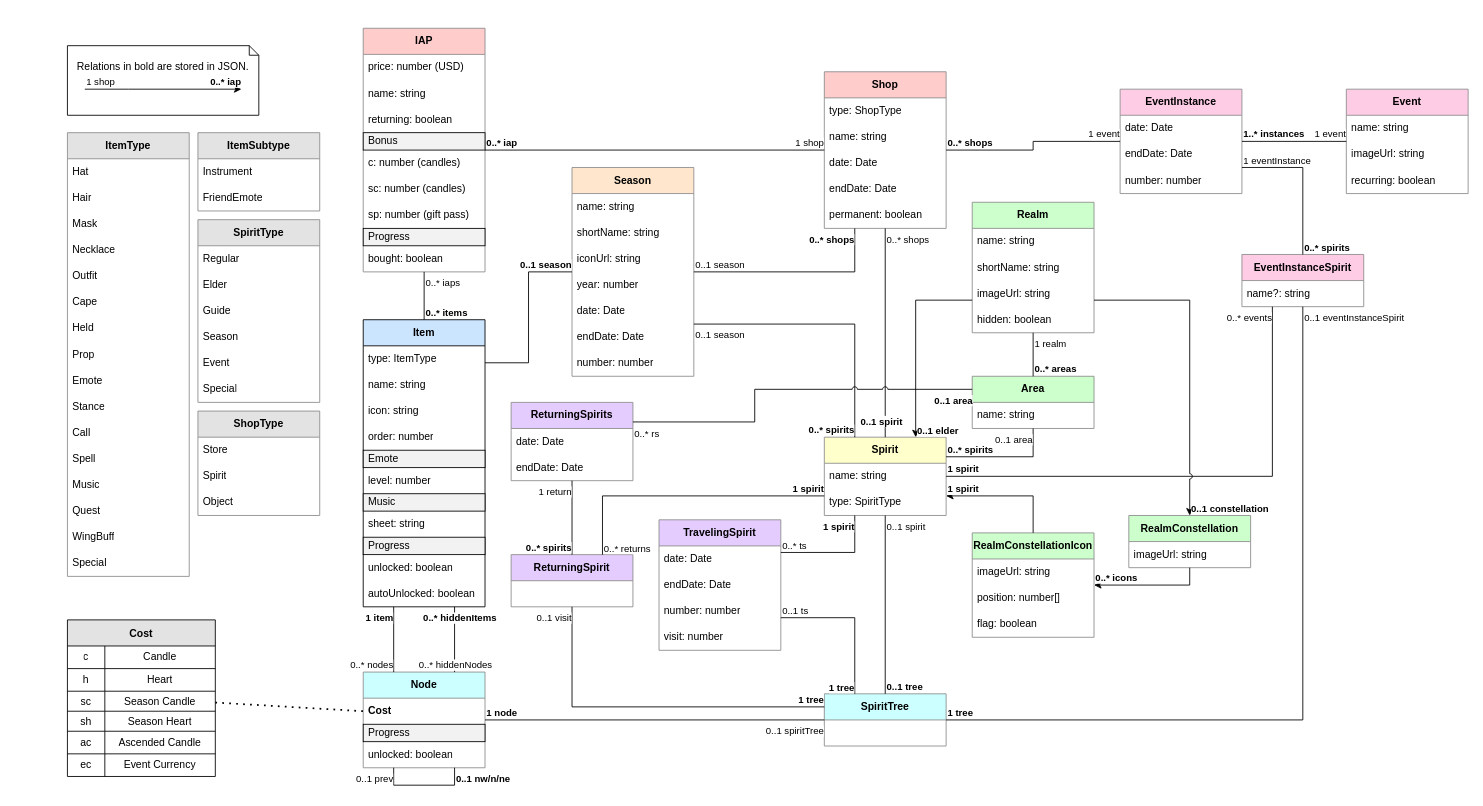
This is diagrams/SkyPlannerData.drawio from Silverfeelin/SkyGame-Planner, a draw.io file, before an edit. Source tidied: cells renumbered, new cells numbered last; positions are measured from the earlier drawing's top-left corner, leaving out a move shared by most shapes. Both pictures are drawn from the tidied source at 87%, with x=0, y=0 at pixel (67, 28).
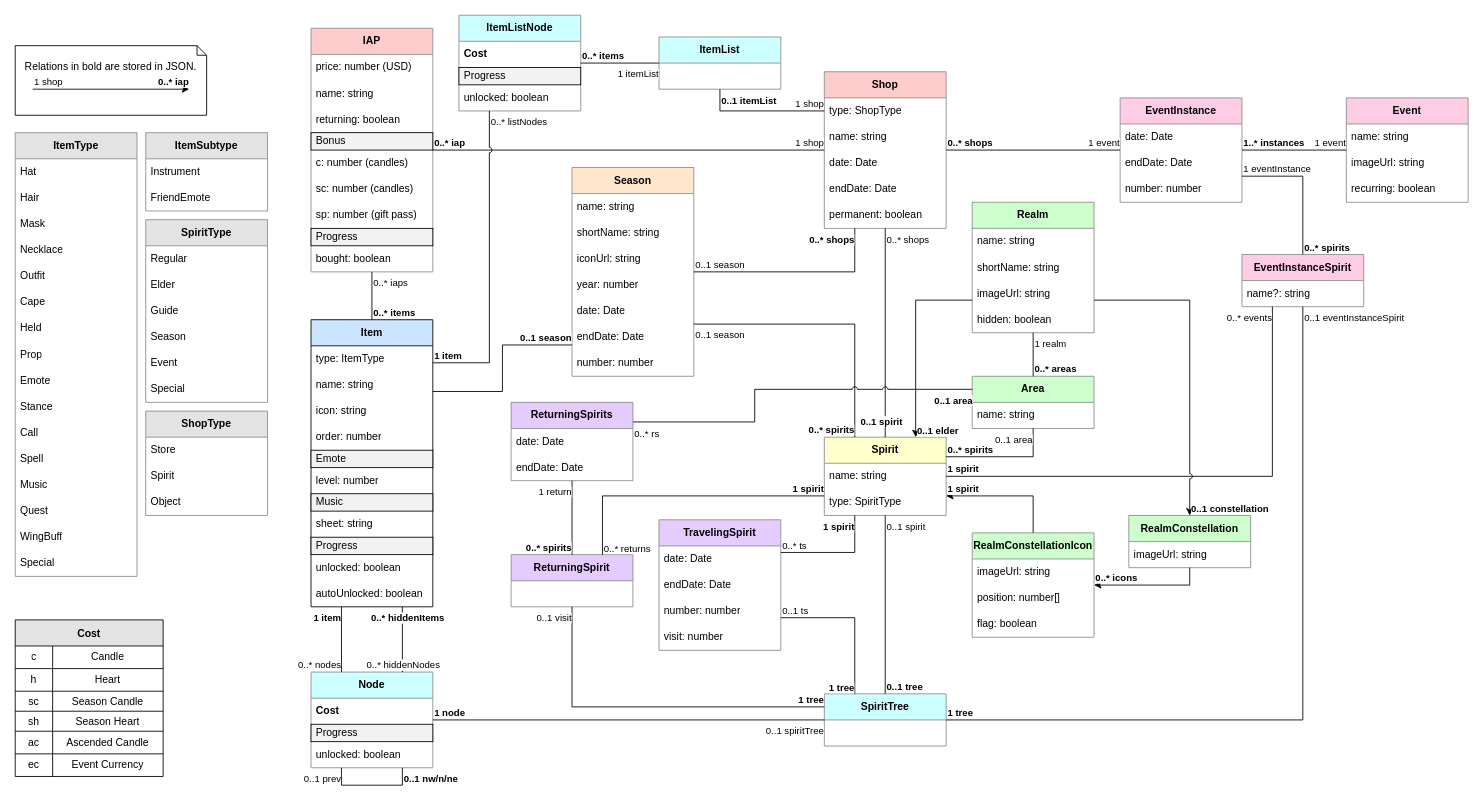
After the change.

The change refers to these unchanged cells:
```xml
<mxCell id="32" value="Cost" style="text;strokeColor=none;fillColor=none;align=left;verticalAlign=middle;spacingLeft=4;spacingRight=4;overflow=hidden;points=[[0,0.5],[1,0.5]];portConstraint=eastwest;whiteSpace=wrap;html=1;fillStyle=auto;fontStyle=1;" parent="31" vertex="1">
  <mxGeometry y="30" width="140" height="30" as="geometry" />
</mxCell>
<mxCell id="60" value="Season" style="swimlane;fontStyle=1;horizontal=1;startSize=30;whiteSpace=wrap;html=1;fillStyle=auto;strokeColor=#8C8C8C;fillColor=#FFE6CC;" parent="1" vertex="1">
  <mxGeometry x="580" y="160" width="140" height="240" as="geometry" />
</mxCell>
<mxCell id="68" value="Shop" style="swimlane;fontStyle=1;horizontal=1;startSize=30;whiteSpace=wrap;html=1;fillStyle=auto;strokeColor=#8C8C8C;fillColor=#FFCCCC;" parent="1" vertex="1">
  <mxGeometry x="870" y="50" width="140" height="180" as="geometry" />
</mxCell>
```

What changed in the source:
```diff
@@
     <mxCell id="2" value="Item" style="swimlane;fontStyle=1;horizontal=1;startSize=30;whiteSpace=wrap;html=1;fillColor=#CCE5FF;fillStyle=auto;" parent="1" vertex="1">
-      <mxGeometry x="340" y="335" width="140" height="330" as="geometry" />
+      <mxGeometry x="280" y="335" width="140" height="330" as="geometry" />
     </mxCell>
@@
     <mxCell id="14" value="ItemType" style="swimlane;fontStyle=1;horizontal=1;startSize=30;whiteSpace=wrap;html=1;fillStyle=auto;strokeColor=#8C8C8C;fillColor=#E3E3E3;" parent="1" vertex="1">
-      <mxGeometry y="120" width="140" height="510" as="geometry" />
+      <mxGeometry x="-60" y="120" width="140" height="510" as="geometry" />
     </mxCell>
@@
     <mxCell id="31" value="Node" style="swimlane;fontStyle=1;horizontal=1;startSize=30;whiteSpace=wrap;html=1;fillStyle=auto;strokeColor=#8C8C8C;fillColor=#CCFFFF;" parent="1" vertex="1">
-      <mxGeometry x="340" y="740" width="140" height="110" as="geometry" />
+      <mxGeometry x="280" y="740" width="140" height="110" as="geometry" />
     </mxCell>
@@
     <mxCell id="35" value="IAP" style="swimlane;fontStyle=1;horizontal=1;startSize=30;whiteSpace=wrap;html=1;fillStyle=auto;strokeColor=#8C8C8C;fillColor=#FFCCCC;" parent="1" vertex="1">
-      <mxGeometry x="340" width="140" height="280" as="geometry" />
+      <mxGeometry x="280" width="140" height="280" as="geometry" />
     </mxCell>
@@
     <mxCell id="52" value="Event" style="swimlane;fontStyle=1;horizontal=1;startSize=30;whiteSpace=wrap;html=1;fillStyle=auto;strokeColor=#8C8C8C;fillColor=#FFCCE6;" parent="1" vertex="1">
-      <mxGeometry x="1470" y="70" width="140" height="120" as="geometry" />
+      <mxGeometry x="1470" y="80" width="140" height="120" as="geometry" />
     </mxCell>
@@
     <mxCell id="87" style="group;" parent="1" vertex="1">
-      <mxGeometry y="20" width="220" height="80" as="geometry" />
+      <mxGeometry x="-60" y="20" width="220" height="80" as="geometry" />
     </mxCell>
@@
     <mxCell id="93" value="EventInstance" style="swimlane;fontStyle=1;horizontal=1;startSize=30;whiteSpace=wrap;html=1;fillStyle=auto;strokeColor=#8C8C8C;fillColor=#FFCCE6;" parent="1" vertex="1">
-      <mxGeometry x="1210" y="70" width="140" height="120" as="geometry" />
+      <mxGeometry x="1210" y="80" width="140" height="120" as="geometry" />
     </mxCell>
@@
     <mxCell id="117" style="endArrow=none;html=1;rounded=0;edgeStyle=orthogonalEdgeStyle;elbow=vertical;endFill=0;exitX=0.25;exitY=1;exitDx=0;exitDy=0;entryX=0.75;entryY=1;entryDx=0;entryDy=0;" parent="1" edge="1" source="31" target="31">
       <mxGeometry relative="1" as="geometry">
         <Array as="points">
-          <mxPoint x="375" y="870" />
-          <mxPoint x="445" y="870" />
+          <mxPoint x="315" y="870" />
+          <mxPoint x="385" y="870" />
         </Array>
       </mxGeometry>
     </mxCell>
@@
-    <mxCell id="179" style="endArrow=none;html=1;rounded=0;edgeStyle=orthogonalEdgeStyle;elbow=vertical;endFill=0;exitX=0;exitY=0.5;exitDx=0;exitDy=0;entryX=1;entryY=0.15;entryDx=0;entryDy=0;" parent="1" edge="1" source="60" target="2">
+    <mxCell id="179" style="endArrow=none;html=1;rounded=0;edgeStyle=orthogonalEdgeStyle;elbow=vertical;endFill=0;exitX=0;exitY=0.85;exitDx=0;exitDy=0;entryX=1;entryY=0.25;entryDx=0;entryDy=0;" parent="1" edge="1" source="60" target="2">
       <mxGeometry relative="1" as="geometry" />
     </mxCell>
@@
     <mxCell id="191" value="Cost" style="shape=table;startSize=30;childLayout=tableLayout;strokeColor=default;fontSize=12;fillColor=#E3E3E3;fontStyle=1;" parent="1" vertex="1">
-      <mxGeometry y="680" width="170" height="180" as="geometry" />
+      <mxGeometry x="-60" y="680" width="170" height="180" as="geometry" />
     </mxCell>
@@
-    <mxCell id="210" style="endArrow=none;dashed=1;html=1;dashPattern=1 3;strokeWidth=2;rounded=0;entryX=0;entryY=0.5;entryDx=0;entryDy=0;" parent="1" edge="1" source="191" target="32">
-      <mxGeometry relative="1" as="geometry" />
-    </mxCell>
     <mxCell id="211" value="ItemSubtype" style="swimlane;fontStyle=1;horizontal=1;startSize=30;whiteSpace=wrap;html=1;fillStyle=auto;strokeColor=#8C8C8C;fillColor=#E3E3E3;" parent="1" vertex="1">
-      <mxGeometry x="150" y="120" width="140" height="90" as="geometry" />
+      <mxGeometry x="90" y="120" width="140" height="90" as="geometry" />
     </mxCell>
@@
     <mxCell id="214" value="SpiritType" style="swimlane;fontStyle=1;horizontal=1;startSize=30;whiteSpace=wrap;html=1;fillStyle=auto;strokeColor=#8C8C8C;fillColor=#E3E3E3;" parent="1" vertex="1">
-      <mxGeometry x="150" y="220" width="140" height="210" as="geometry" />
+      <mxGeometry x="90" y="220" width="140" height="210" as="geometry" />
     </mxCell>
@@
     <mxCell id="221" value="ShopType" style="swimlane;fontStyle=1;horizontal=1;startSize=30;whiteSpace=wrap;html=1;fillStyle=auto;strokeColor=#8C8C8C;fillColor=#E3E3E3;" parent="1" vertex="1">
-      <mxGeometry x="150" y="440" width="140" height="120" as="geometry" />
+      <mxGeometry x="90" y="440" width="140" height="120" as="geometry" />
     </mxCell>
@@
+    <mxCell id="247" value="ItemListNode" style="swimlane;fontStyle=1;horizontal=1;startSize=30;whiteSpace=wrap;html=1;fillStyle=auto;strokeColor=#8C8C8C;fillColor=#CCFFFF;" parent="1" vertex="1">
+      <mxGeometry x="450" y="-15" width="140" height="110" as="geometry" />
+    </mxCell>
+    <mxCell id="248" value="Cost" style="text;strokeColor=none;fillColor=none;align=left;verticalAlign=middle;spacingLeft=4;spacingRight=4;overflow=hidden;whiteSpace=wrap;html=1;fillStyle=auto;fontStyle=1;" parent="247" vertex="1">
+      <mxGeometry y="30" width="140" height="30" as="geometry" />
+    </mxCell>
+    <mxCell id="249" value="Progress" style="text;strokeColor=default;fillColor=#F2F2F2;align=left;verticalAlign=middle;spacingLeft=4;spacingRight=4;overflow=hidden;whiteSpace=wrap;html=1;" parent="247" vertex="1">
+      <mxGeometry y="60" width="140" height="20" as="geometry" />
+    </mxCell>
+    <mxCell id="250" value="unlocked: boolean" style="text;strokeColor=none;fillColor=none;align=left;verticalAlign=middle;spacingLeft=4;spacingRight=4;overflow=hidden;whiteSpace=wrap;html=1;" parent="247" vertex="1">
+      <mxGeometry y="80" width="140" height="30" as="geometry" />
+    </mxCell>
+    <mxCell id="251" value="ItemList" style="swimlane;fontStyle=1;horizontal=1;startSize=30;whiteSpace=wrap;html=1;fillStyle=auto;strokeColor=#8C8C8C;fillColor=#CCFFFF;" parent="1" vertex="1">
+      <mxGeometry x="680" y="10" width="140" height="60" as="geometry" />
+    </mxCell>
+    <mxCell id="252" style="endArrow=none;html=1;rounded=0;edgeStyle=orthogonalEdgeStyle;elbow=vertical;endFill=0;" parent="1" edge="1" source="251" target="247">
+      <mxGeometry relative="1" as="geometry" />
+    </mxCell>
+    <mxCell id="253" value="&lt;br&gt;" style="edgeLabel;html=1;align=center;verticalAlign=middle;fillStyle=auto;strokeColor=#8C8C8C;fillColor=#E3E3E3;" parent="252" vertex="1">
+      <mxGeometry relative="1" as="geometry" />
+    </mxCell>
+    <mxCell id="254" value="1 itemList" style="edgeLabel;html=1;align=right;verticalAlign=top;fillStyle=auto;strokeColor=#8C8C8C;fillColor=#E3E3E3;" parent="252" vertex="1">
+      <mxGeometry x="-1" relative="1" as="geometry" />
+    </mxCell>
+    <mxCell id="255" value="0..* items" style="edgeLabel;html=1;align=left;verticalAlign=bottom;fillStyle=auto;strokeColor=#8C8C8C;fillColor=#E3E3E3;fontStyle=1;" parent="252" vertex="1">
+      <mxGeometry x="1" relative="1" as="geometry" />
+    </mxCell>
+    <mxCell id="256" style="endArrow=none;html=1;rounded=0;edgeStyle=orthogonalEdgeStyle;elbow=vertical;endFill=0;exitX=0.25;exitY=1;exitDx=0;exitDy=0;entryX=1;entryY=0.15;entryDx=0;entryDy=0;jumpStyle=arc;" parent="1" edge="1" source="247" target="2">
+      <mxGeometry relative="1" as="geometry" />
+    </mxCell>
+    <mxCell id="257" value="&lt;br&gt;" style="edgeLabel;html=1;align=center;verticalAlign=middle;fillStyle=auto;strokeColor=#8C8C8C;fillColor=#E3E3E3;" parent="256" vertex="1">
+      <mxGeometry relative="1" as="geometry" />
+    </mxCell>
+    <mxCell id="258" value="0..* listNodes" style="edgeLabel;html=1;align=left;verticalAlign=top;fillStyle=auto;strokeColor=#8C8C8C;fillColor=#E3E3E3;" parent="256" vertex="1">
+      <mxGeometry x="-1" relative="1" as="geometry" />
+    </mxCell>
+    <mxCell id="259" value="1 item" style="edgeLabel;html=1;align=left;verticalAlign=bottom;fillStyle=auto;strokeColor=#8C8C8C;fillColor=#E3E3E3;fontStyle=1;" parent="256" vertex="1">
+      <mxGeometry x="1" relative="1" as="geometry" />
+    </mxCell>
+    <mxCell id="260" style="endArrow=none;html=1;rounded=0;edgeStyle=orthogonalEdgeStyle;elbow=vertical;endFill=0;entryX=0.5;entryY=1;entryDx=0;entryDy=0;exitX=0;exitY=0.25;exitDx=0;exitDy=0;" parent="1" edge="1" source="68" target="251">
+      <mxGeometry relative="1" as="geometry" />
+    </mxCell>
+    <mxCell id="261" value="&lt;br&gt;" style="edgeLabel;html=1;align=center;verticalAlign=middle;fillStyle=auto;strokeColor=#8C8C8C;fillColor=#E3E3E3;" parent="260" vertex="1">
+      <mxGeometry relative="1" as="geometry" />
+    </mxCell>
+    <mxCell id="262" value="1 shop" style="edgeLabel;html=1;align=right;verticalAlign=bottom;fillStyle=auto;strokeColor=#8C8C8C;fillColor=#E3E3E3;" parent="260" vertex="1">
+      <mxGeometry x="-1" relative="1" as="geometry" />
+    </mxCell>
+    <mxCell id="263" value="0..1 itemList" style="edgeLabel;html=1;align=left;verticalAlign=top;fillStyle=auto;strokeColor=#8C8C8C;fillColor=#E3E3E3;fontStyle=1;" parent="260" vertex="1">
+      <mxGeometry x="1" relative="1" as="geometry" />
+    </mxCell>
```
